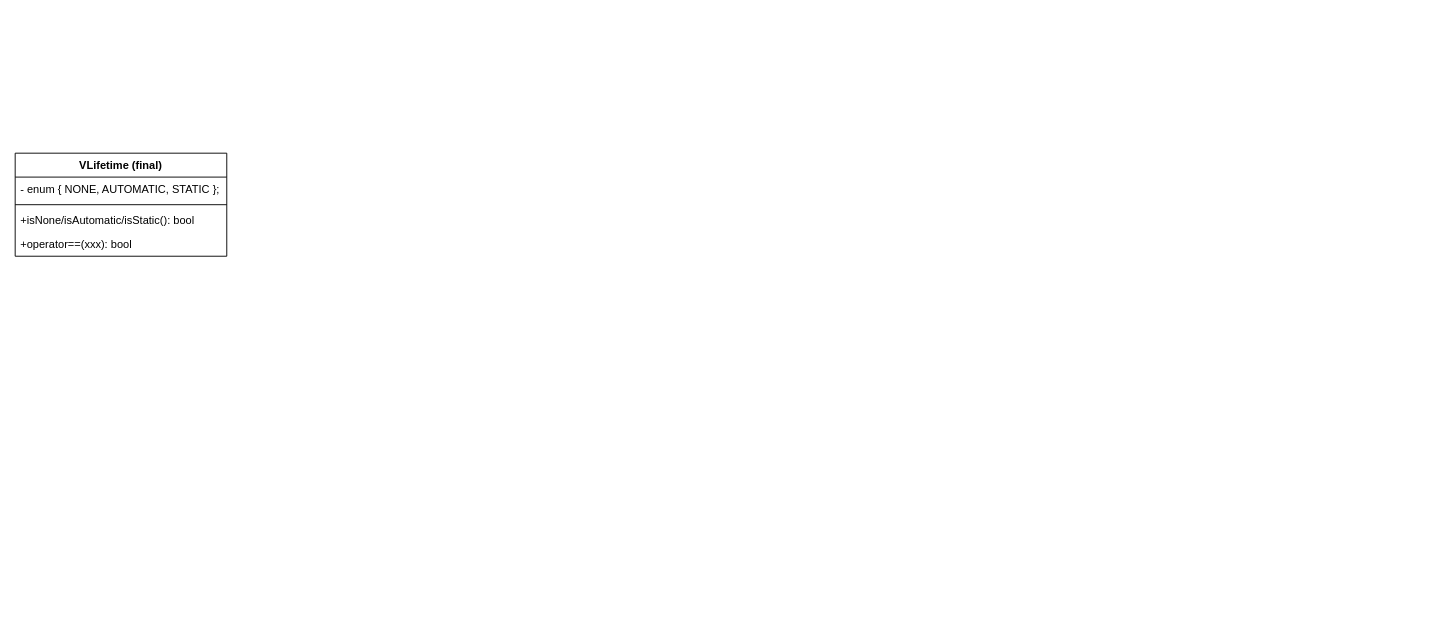
Before: verilator_digrams/V3Ast.drawio in Dercury/CLDK, a draw.io diagram. Source tidied: cells renumbered, new cells numbered last; positions are measured from the earlier drawing's top-left corner, leaving out a move shared by most shapes. Both pictures are drawn from the tidied source at 92%, with x=0, y=0 at pixel (15, 153).
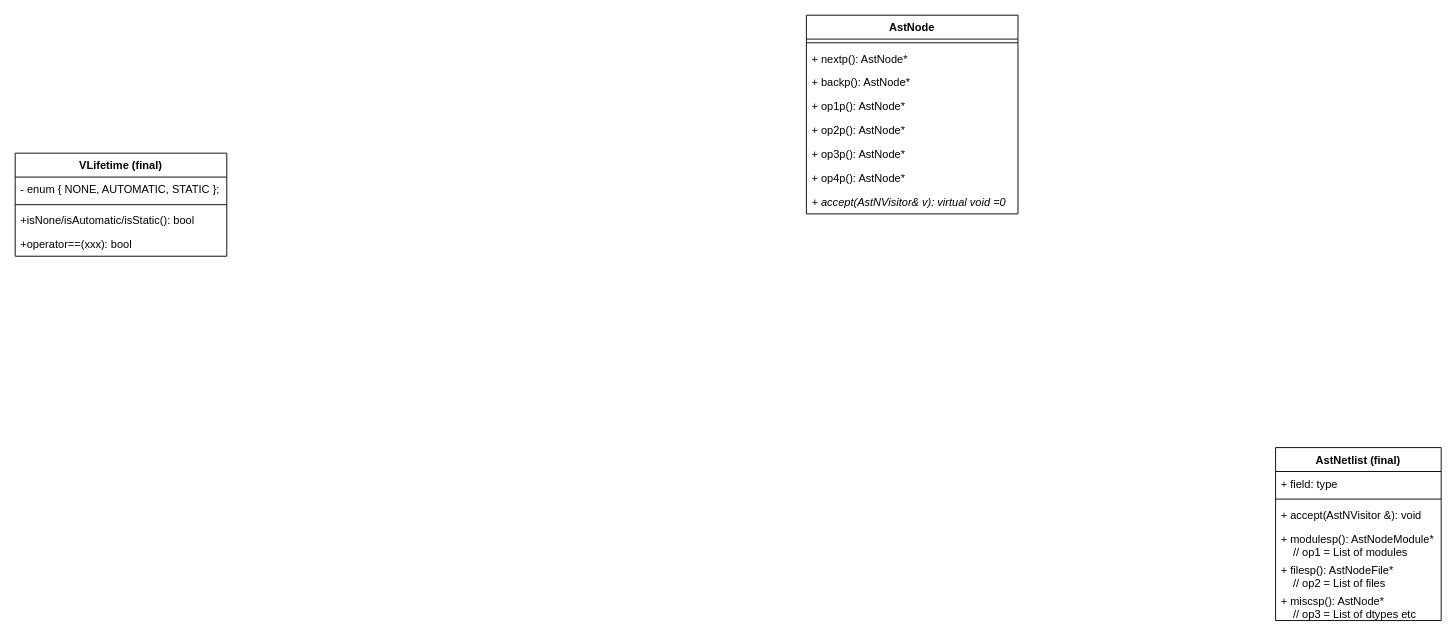
The same page after the edit.

What changed in the source:
```diff
@@
+    <mxCell id="7" value="AstNetlist (final)" style="swimlane;fontStyle=1;align=center;verticalAlign=top;horizontal=1;startSize=26;" parent="1" vertex="1">
+      <mxGeometry x="1370" y="320" width="180" height="188" as="geometry" />
+    </mxCell>
+    <mxCell id="8" value="+ field: type" style="text;strokeColor=none;fillColor=none;align=left;verticalAlign=top;spacingLeft=4;spacingRight=4;overflow=hidden;" parent="7" vertex="1">
+      <mxGeometry y="26" width="180" height="26" as="geometry" />
+    </mxCell>
+    <mxCell id="9" style="line;strokeWidth=1;fillColor=none;align=left;verticalAlign=middle;spacingTop=-1;spacingLeft=3;spacingRight=3;labelPosition=right;" parent="7" vertex="1">
+      <mxGeometry y="52" width="180" height="8" as="geometry" />
+    </mxCell>
+    <mxCell id="10" value="+ accept(AstNVisitor &amp;): void" style="text;strokeColor=none;fillColor=none;align=left;verticalAlign=top;spacingLeft=4;spacingRight=4;overflow=hidden;" parent="7" vertex="1">
+      <mxGeometry y="60" width="180" height="26" as="geometry" />
+    </mxCell>
+    <mxCell id="11" value="+ modulesp(): AstNodeModule*&#10;    // op1 = List of modules" style="text;strokeColor=none;fillColor=none;align=left;verticalAlign=top;spacingLeft=4;spacingRight=4;overflow=hidden;" parent="7" vertex="1">
+      <mxGeometry y="86" width="180" height="34" as="geometry" />
+    </mxCell>
+    <mxCell id="12" value="+ filesp(): AstNodeFile*&#10;    // op2 = List of files" style="text;strokeColor=none;fillColor=none;align=left;verticalAlign=top;spacingLeft=4;spacingRight=4;overflow=hidden;" parent="7" vertex="1">
+      <mxGeometry y="120" width="180" height="34" as="geometry" />
+    </mxCell>
+    <mxCell id="13" value="+ miscsp(): AstNode*&#10;    // op3 = List of dtypes etc" style="text;strokeColor=none;fillColor=none;align=left;verticalAlign=top;spacingLeft=4;spacingRight=4;overflow=hidden;" parent="7" vertex="1">
+      <mxGeometry y="154" width="180" height="34" as="geometry" />
+    </mxCell>
+    <mxCell id="14" value="AstNode" style="swimlane;fontStyle=1;align=center;verticalAlign=top;horizontal=1;startSize=26;" parent="1" vertex="1">
+      <mxGeometry x="860" y="-150" width="230" height="216" as="geometry" />
+    </mxCell>
+    <mxCell id="15" style="line;strokeWidth=1;fillColor=none;align=left;verticalAlign=middle;spacingTop=-1;spacingLeft=3;spacingRight=3;labelPosition=right;" parent="14" vertex="1">
+      <mxGeometry y="26" width="230" height="8" as="geometry" />
+    </mxCell>
+    <mxCell id="16" value="+ nextp(): AstNode*" style="text;strokeColor=none;fillColor=none;align=left;verticalAlign=top;spacingLeft=4;spacingRight=4;overflow=hidden;" parent="14" vertex="1">
+      <mxGeometry y="34" width="230" height="26" as="geometry" />
+    </mxCell>
+    <mxCell id="17" value="+ backp(): AstNode*" style="text;strokeColor=none;fillColor=none;align=left;verticalAlign=top;spacingLeft=4;spacingRight=4;overflow=hidden;" parent="14" vertex="1">
+      <mxGeometry y="60" width="230" height="26" as="geometry" />
+    </mxCell>
+    <mxCell id="18" value="+ op1p(): AstNode*" style="text;strokeColor=none;fillColor=none;align=left;verticalAlign=top;spacingLeft=4;spacingRight=4;overflow=hidden;" parent="14" vertex="1">
+      <mxGeometry y="86" width="230" height="26" as="geometry" />
+    </mxCell>
+    <mxCell id="19" value="+ op2p(): AstNode*" style="text;strokeColor=none;fillColor=none;align=left;verticalAlign=top;spacingLeft=4;spacingRight=4;overflow=hidden;" parent="14" vertex="1">
+      <mxGeometry y="112" width="230" height="26" as="geometry" />
+    </mxCell>
+    <mxCell id="20" value="+ op3p(): AstNode*" style="text;strokeColor=none;fillColor=none;align=left;verticalAlign=top;spacingLeft=4;spacingRight=4;overflow=hidden;" parent="14" vertex="1">
+      <mxGeometry y="138" width="230" height="26" as="geometry" />
+    </mxCell>
+    <mxCell id="21" value="+ op4p(): AstNode*" style="text;strokeColor=none;fillColor=none;align=left;verticalAlign=top;spacingLeft=4;spacingRight=4;overflow=hidden;" parent="14" vertex="1">
+      <mxGeometry y="164" width="230" height="26" as="geometry" />
+    </mxCell>
+    <mxCell id="22" value="+ accept(AstNVisitor&amp; v): virtual void =0" style="text;strokeColor=none;fillColor=none;align=left;verticalAlign=top;spacingLeft=4;spacingRight=4;overflow=hidden;fontStyle=2;" parent="14" vertex="1">
+      <mxGeometry y="190" width="230" height="26" as="geometry" />
+    </mxCell>
```
